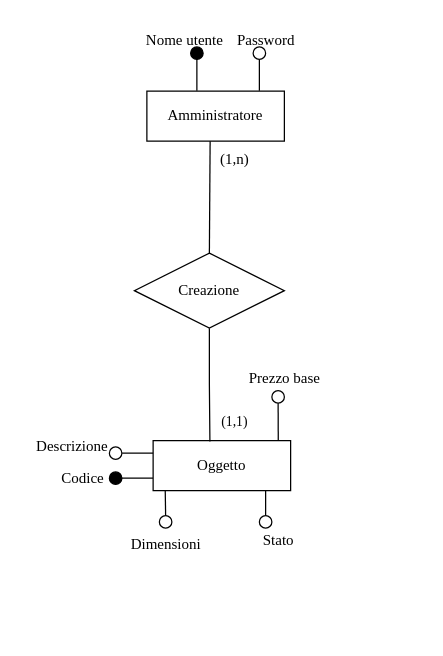
A-lex00/AsteOnlineBD keeps this draw.io diagram as materiale/Schemi Base E-R/SchemaParzialeAmm-Ogg.drawio. Above is the earlier version. Source tidied: cells renumbered, new cells numbered last; positions are measured from the earlier drawing's top-left corner, leaving out a move shared by most shapes. Both pictures are drawn from the tidied source at 125%, with x=0, y=0 at pixel (21, 21).
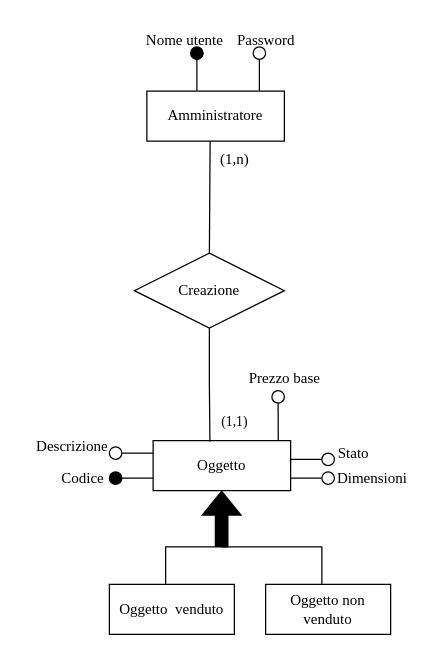
The same diagram, later.

The change refers to these unchanged cells:
```xml
<mxCell id="6" value="Oggetto" style="whiteSpace=wrap;html=1;align=center;fontFamily=Times New Roman;" parent="1" vertex="1">
  <mxGeometry x="105" y="335" width="110" height="40" as="geometry" />
</mxCell>
```

Change to the diagram source:
```diff
@@
-    <mxCell id="3" style="edgeStyle=orthogonalEdgeStyle;shape=connector;rounded=0;jettySize=auto;html=1;exitX=0.5;exitY=0;exitDx=0;exitDy=0;entryX=0.818;entryY=1.009;entryDx=0;entryDy=0;entryPerimeter=0;strokeColor=default;align=center;verticalAlign=middle;fontFamily=Times New Roman;fontSize=7;fontColor=default;labelBackgroundColor=default;startFill=0;endArrow=none;" parent="1" edge="1" source="9" target="6">
-      <mxGeometry relative="1" as="geometry" />
-    </mxCell>
-    <mxCell id="4" style="edgeStyle=orthogonalEdgeStyle;rounded=0;jettySize=auto;html=1;exitX=0.5;exitY=0;exitDx=0;exitDy=0;entryX=0.088;entryY=0.98;entryDx=0;entryDy=0;entryPerimeter=0;endArrow=none;startFill=0;fontFamily=Times New Roman;" parent="1" edge="1" source="11" target="6">
-      <mxGeometry relative="1" as="geometry" />
-    </mxCell>
@@
     <mxCell id="9" style="ellipse;whiteSpace=wrap;html=1;fontFamily=Times New Roman;" parent="1" vertex="1">
-      <mxGeometry x="190" y="395" width="10" height="10" as="geometry" />
+      <mxGeometry x="240" y="345" width="10" height="10" as="geometry" />
     </mxCell>
@@
+    <mxCell id="4" style="edgeStyle=orthogonalEdgeStyle;rounded=0;jettySize=auto;html=1;exitX=0;exitY=0.5;exitDx=0;exitDy=0;entryX=1;entryY=0.75;entryDx=0;entryDy=0;endArrow=none;startFill=0;" parent="1" edge="1" source="11" target="6">
+      <mxGeometry relative="1" as="geometry" />
+    </mxCell>
     <mxCell id="11" style="ellipse;whiteSpace=wrap;html=1;fontFamily=Times New Roman;" parent="1" vertex="1">
-      <mxGeometry x="110" y="395" width="10" height="10" as="geometry" />
+      <mxGeometry x="240" y="360" width="10" height="10" as="geometry" />
     </mxCell>
@@
     <mxCell id="15" value="Dimensioni" style="text;html=1;align=center;verticalAlign=middle;strokeColor=none;fillColor=none;fontFamily=Times New Roman;fontSize=12;fontColor=default;labelBackgroundColor=default;" parent="1" vertex="1">
-      <mxGeometry x="75" y="403" width="80" height="30" as="geometry" />
+      <mxGeometry x="240" y="350" width="80" height="30" as="geometry" />
     </mxCell>
     <mxCell id="16" value="Stato" style="text;html=1;align=center;verticalAlign=middle;strokeColor=none;fillColor=none;fontFamily=Times New Roman;fontSize=12;fontColor=default;labelBackgroundColor=default;" parent="1" vertex="1">
-      <mxGeometry x="180" y="400" width="50" height="30" as="geometry" />
+      <mxGeometry x="240" y="330" width="50" height="30" as="geometry" />
     </mxCell>
@@
+    <mxCell id="30" style="edgeStyle=orthogonalEdgeStyle;rounded=0;orthogonalLoop=1;jettySize=auto;html=1;exitX=0.5;exitY=0;exitDx=0;exitDy=0;endArrow=none;startFill=0;" parent="1" edge="1">
+      <mxGeometry relative="1" as="geometry">
+        <mxPoint x="115" y="450" as="sourcePoint" />
+        <mxPoint x="165" y="420" as="targetPoint" />
+        <Array as="points">
+          <mxPoint x="115" y="420" />
+        </Array>
+      </mxGeometry>
+    </mxCell>
+    <mxCell id="31" style="edgeStyle=orthogonalEdgeStyle;rounded=0;orthogonalLoop=1;jettySize=auto;html=1;exitX=0.5;exitY=0;exitDx=0;exitDy=0;endArrow=none;startFill=0;" parent="1" edge="1">
+      <mxGeometry relative="1" as="geometry">
+        <mxPoint x="240" y="450" as="sourcePoint" />
+        <mxPoint x="160" y="420" as="targetPoint" />
+        <Array as="points">
+          <mxPoint x="240" y="420" />
+        </Array>
+      </mxGeometry>
+    </mxCell>
+    <mxCell id="32" value="&lt;font face=&quot;Times New Roman&quot;&gt;Oggetto&amp;nbsp; venduto&lt;/font&gt;" style="whiteSpace=wrap;html=1;align=center;" parent="1" vertex="1">
+      <mxGeometry x="70" y="450" width="100" height="40" as="geometry" />
+    </mxCell>
+    <mxCell id="33" style="shape=flexArrow;endArrow=classic;html=1;rounded=0;entryX=0.5;entryY=1;entryDx=0;entryDy=0;labelBackgroundColor=none;fillColor=#000000;" parent="1" edge="1">
+      <mxGeometry relative="1" as="geometry">
+        <mxPoint x="159.8" y="420" as="sourcePoint" />
+        <mxPoint x="159.8" y="375" as="targetPoint" />
+      </mxGeometry>
+    </mxCell>
+    <mxCell id="3" style="edgeStyle=orthogonalEdgeStyle;rounded=0;jettySize=auto;html=1;exitX=0;exitY=0.5;exitDx=0;exitDy=0;entryX=0.999;entryY=0.447;entryDx=0;entryDy=0;entryPerimeter=0;endArrow=none;startFill=0;" parent="1" edge="1" source="9" target="6">
+      <mxGeometry relative="1" as="geometry" />
+    </mxCell>
+    <mxCell id="34" value="&lt;font face=&quot;Times New Roman&quot;&gt;Oggetto non venduto&lt;/font&gt;" style="whiteSpace=wrap;html=1;align=center;" parent="1" vertex="1">
+      <mxGeometry x="195" y="450" width="100" height="40" as="geometry" />
+    </mxCell>
```
